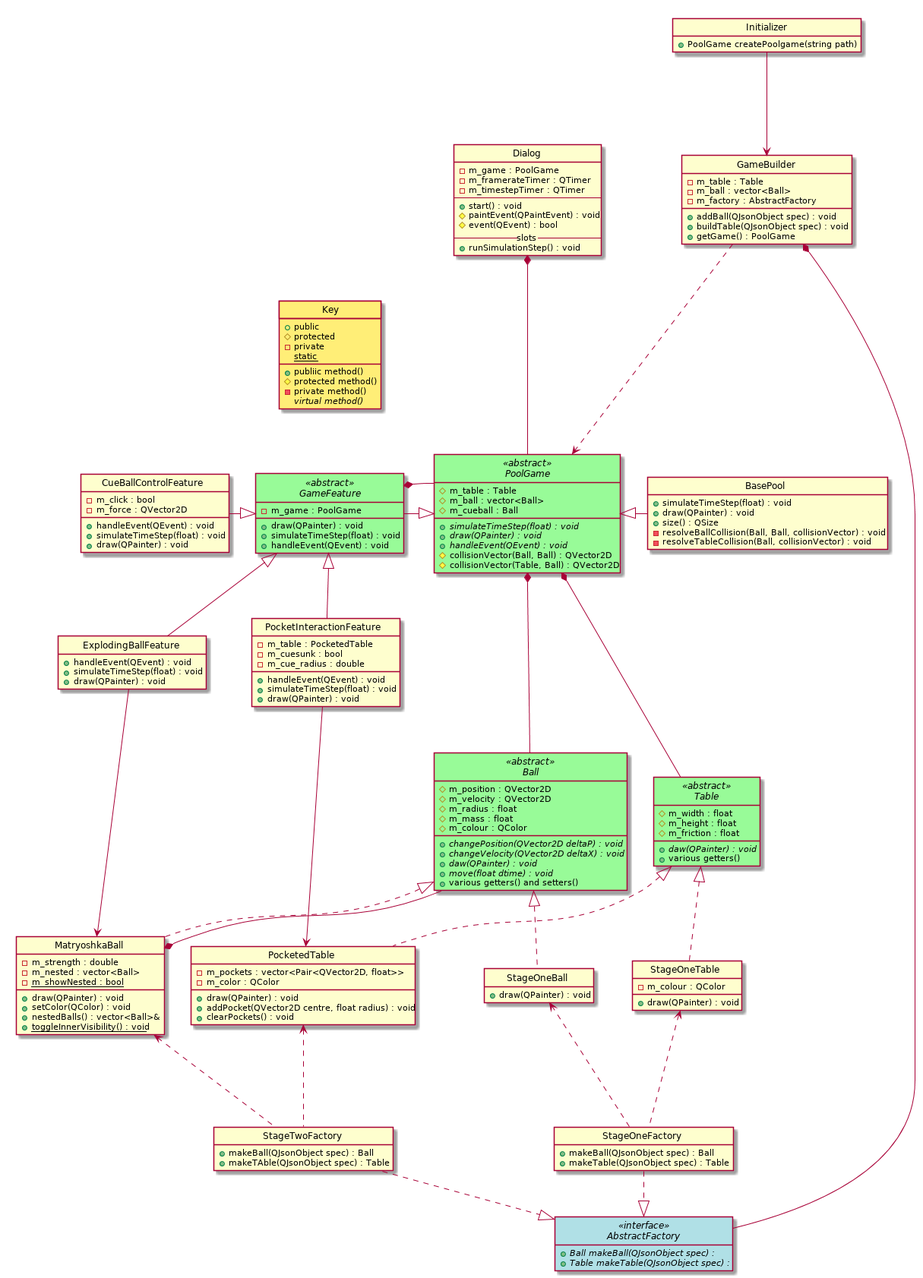
Earlier version of the PlantUML export newclass.png (KittenHero/QtPoolGame).
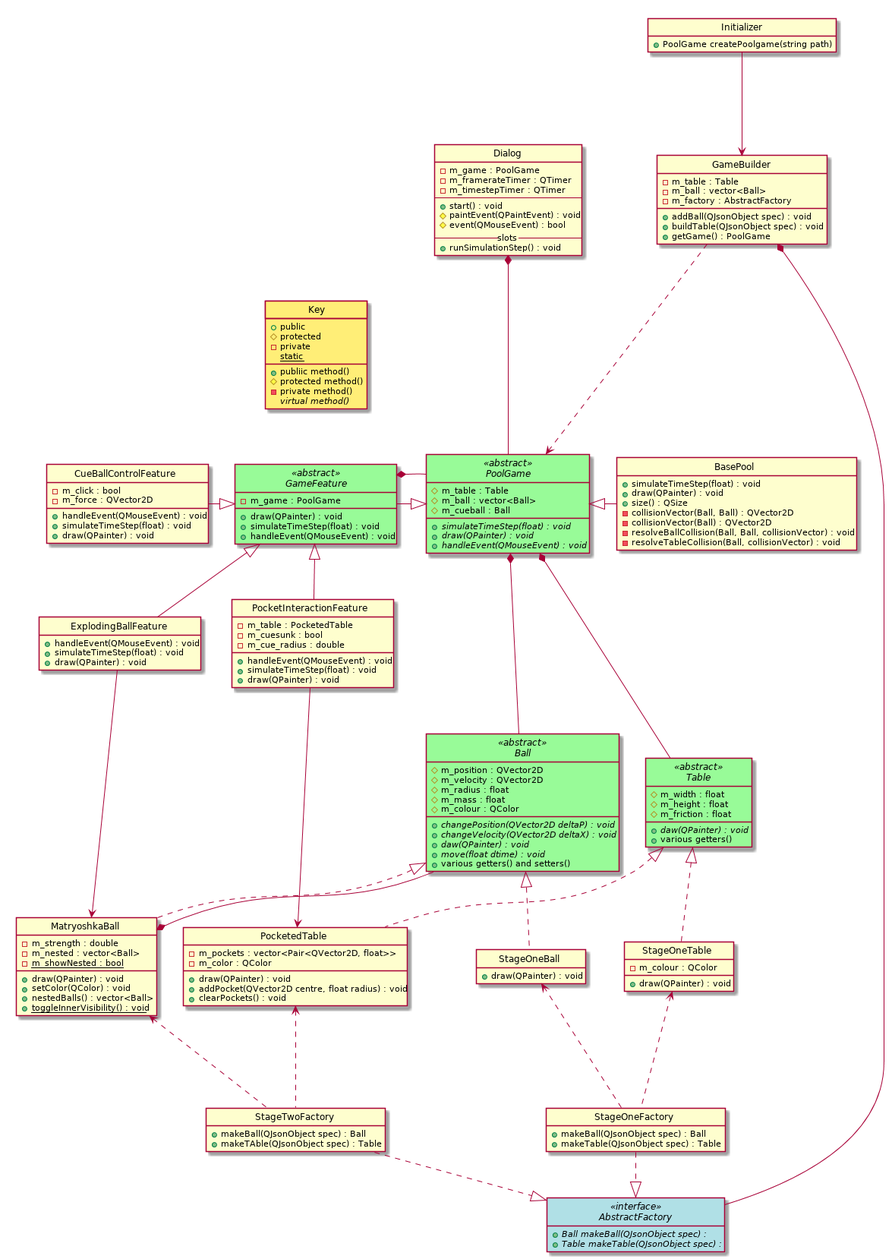
Later version of the same file.

Change to the diagram source:
```diff
@@ -8,7 +8,7 @@
         --
         +start() : void
         #paintEvent(QPaintEvent) : void
-        #event(QEvent) : bool
+        #event(QMouseEvent) : bool
         --slots--
         +runSimulationStep() : void
     }
@@ -19,9 +19,7 @@
         #m_cueball : Ball
         +{abstract} simulateTimeStep(float) : void
         +{abstract} draw(QPainter) : void
-        +{abstract} handleEvent(QEvent) : void
-        #collisionVector(Ball, Ball) : QVector2D
-        #collisionVector(Table, Ball) : QVector2D
+        +{abstract} handleEvent(QMouseEvent) : void
     }
 
     abstract class Ball <<abstract>> {
@@ -51,6 +49,8 @@
         +simulateTimeStep(float) : void
         +draw(QPainter) : void
         +size() : QSize
+        -collisionVector(Ball, Ball) : QVector2D
+        -collisionVector(Ball) : QVector2D
         -resolveBallCollision(Ball, Ball, collisionVector) : void
         -resolveTableCollision(Ball, collisionVector) : void
     }
@@ -96,19 +96,19 @@
         -m_game : PoolGame
         +draw(QPainter) : void
         +simulateTimeStep(float) : void
-        +handleEvent(QEvent) : void
+        +handleEvent(QMouseEvent) : void
     }
 
     class CueBallControlFeature {
 		-m_click : bool
 		-m_force : QVector2D
-        +handleEvent(QEvent) : void
+        +handleEvent(QMouseEvent) : void
         +simulateTimeStep(float) : void
         +draw(QPainter) : void
     }
 
     class ExplodingBallFeature {
-        +handleEvent(QEvent) : void
+        +handleEvent(QMouseEvent) : void
         +simulateTimeStep(float) : void
         +draw(QPainter) : void
     }
@@ -117,7 +117,7 @@
 		-m_table : PocketedTable
 		-m_cuesunk : bool
 		-m_cue_radius : double
-        +handleEvent(QEvent) : void
+        +handleEvent(QMouseEvent) : void
         +simulateTimeStep(float) : void
         +draw(QPainter) : void
     }
@@ -129,7 +129,7 @@
 
         +draw(QPainter) : void
         +setColor(QColor) : void
-        +nestedBalls() : vector<Ball>&
+        +nestedBalls() : vector<Ball>
         +{static} toggleInnerVisibility() : void
     }
 
```
